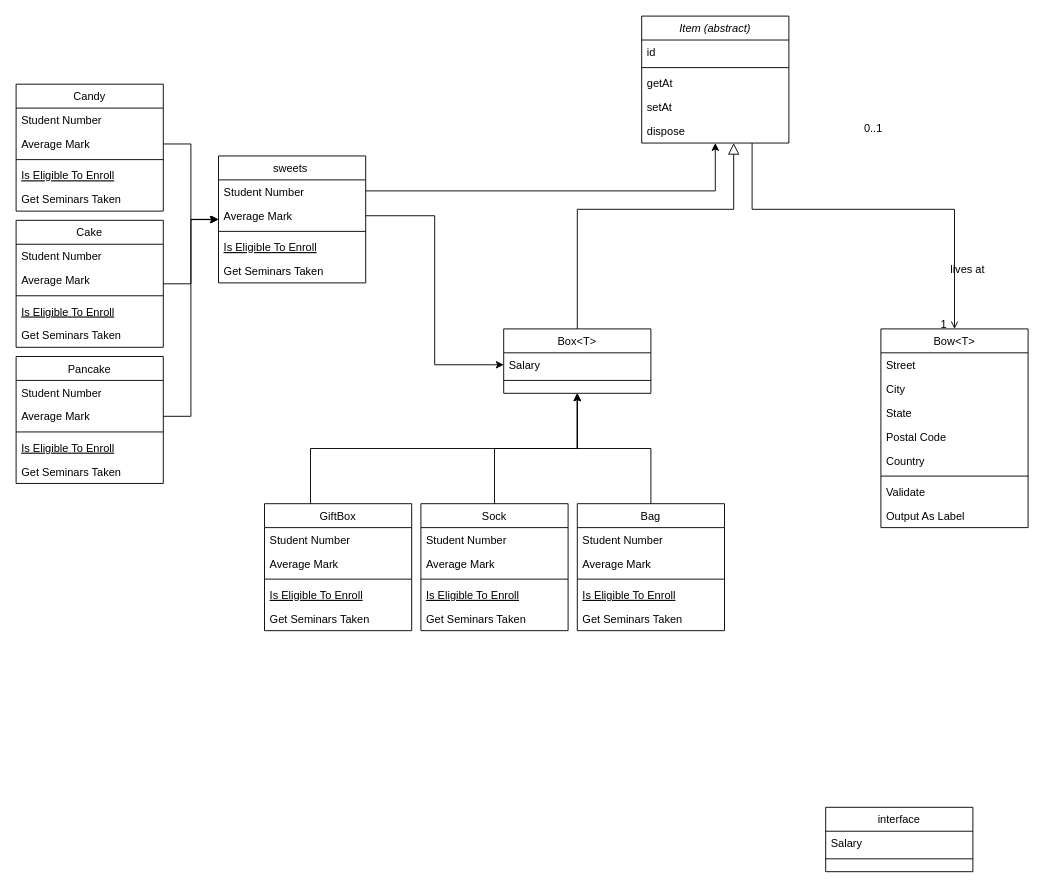
Pib0di/diagramms keeps this draw.io diagram as GiftsClass.drawio. Above is the earlier version. Source tidied: cells renumbered, new cells numbered last; positions are measured from the earlier drawing's top-left corner, leaving out a move shared by most shapes. Both pictures are drawn from the tidied source at 92%, with x=0, y=0 at pixel (16, 16).
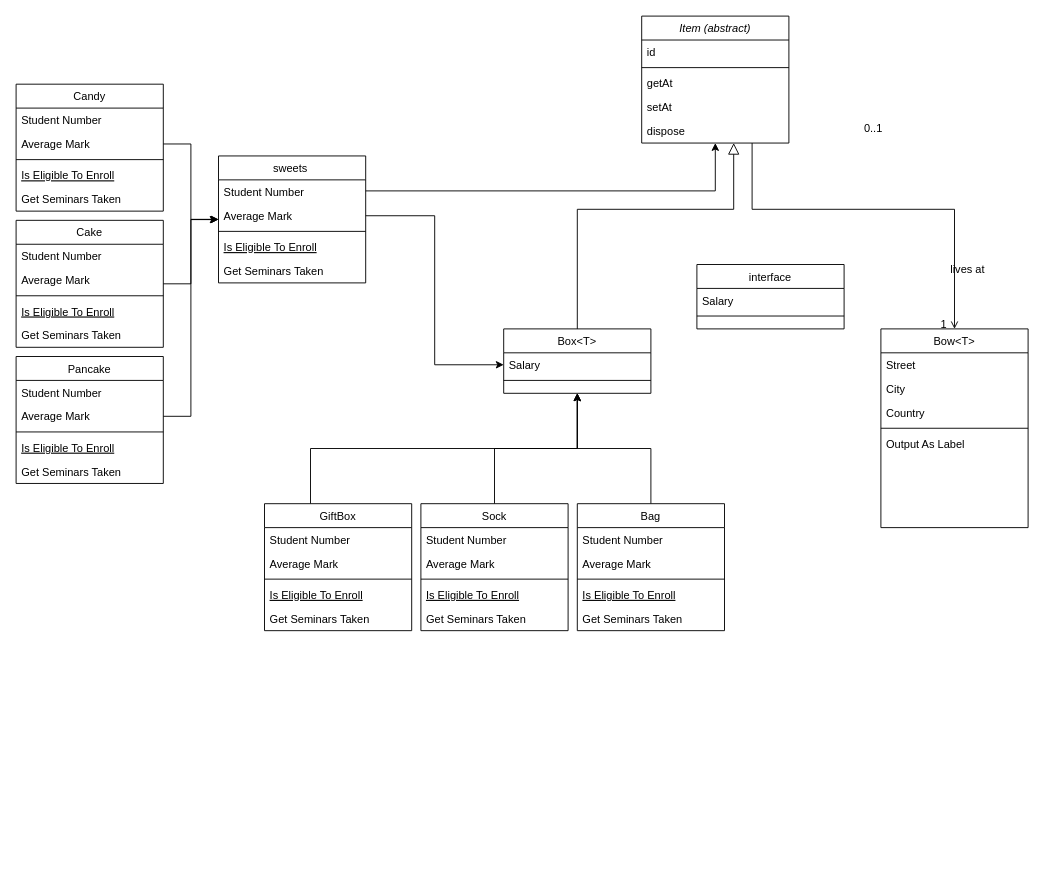
Above is the later version.

The change refers to these unchanged cells:
```xml
<mxCell id="18" value="Bow&lt;T&gt;" style="swimlane;fontStyle=0;align=center;verticalAlign=top;horizontal=1;startSize=26;rounded=0;shadow=0;strokeWidth=1;" parent="1" vertex="1">
  <mxGeometry x="940" y="340" width="160" height="216" as="geometry" />
</mxCell>
```

The edit, as a diff of the source:
```diff
@@
-    <mxCell id="21" value="State" style="text;align=left;verticalAlign=top;spacingLeft=4;spacingRight=4;overflow=hidden;rounded=0;shadow=0;html=0;" parent="18" vertex="1">
-      <mxGeometry y="78" width="160" height="26" as="geometry" />
-    </mxCell>
-    <mxCell id="22" value="Postal Code" style="text;align=left;verticalAlign=top;spacingLeft=4;spacingRight=4;overflow=hidden;rounded=0;shadow=0;html=0;" parent="18" vertex="1">
-      <mxGeometry y="104" width="160" height="26" as="geometry" />
-    </mxCell>
     <mxCell id="23" value="Country" style="text;align=left;verticalAlign=top;spacingLeft=4;spacingRight=4;overflow=hidden;rounded=0;shadow=0;html=0;" parent="18" vertex="1">
-      <mxGeometry y="130" width="160" height="26" as="geometry" />
+      <mxGeometry y="78" width="160" height="26" as="geometry" />
     </mxCell>
     <mxCell id="24" style="line;html=1;strokeWidth=1;align=left;verticalAlign=middle;spacingTop=-1;spacingLeft=3;spacingRight=3;labelPosition=right;" parent="18" vertex="1">
-      <mxGeometry y="156" width="160" height="8" as="geometry" />
+      <mxGeometry y="104" width="160" height="8" as="geometry" />
     </mxCell>
-    <mxCell id="25" value="Validate" style="text;align=left;verticalAlign=top;spacingLeft=4;spacingRight=4;overflow=hidden;" parent="18" vertex="1">
-      <mxGeometry y="164" width="160" height="26" as="geometry" />
-    </mxCell>
     <mxCell id="26" value="Output As Label" style="text;align=left;verticalAlign=top;spacingLeft=4;spacingRight=4;overflow=hidden;" parent="18" vertex="1">
-      <mxGeometry y="190" width="160" height="26" as="geometry" />
+      <mxGeometry y="112" width="160" height="26" as="geometry" />
     </mxCell>
@@
     <mxCell id="38" value="interface" style="swimlane;fontStyle=0;align=center;verticalAlign=top;horizontal=1;startSize=26;rounded=0;shadow=0;strokeWidth=1;" parent="1" vertex="1">
-      <mxGeometry x="880" y="860" width="160" height="70" as="geometry" />
+      <mxGeometry x="740" y="270" width="160" height="70" as="geometry" />
     </mxCell>
```
